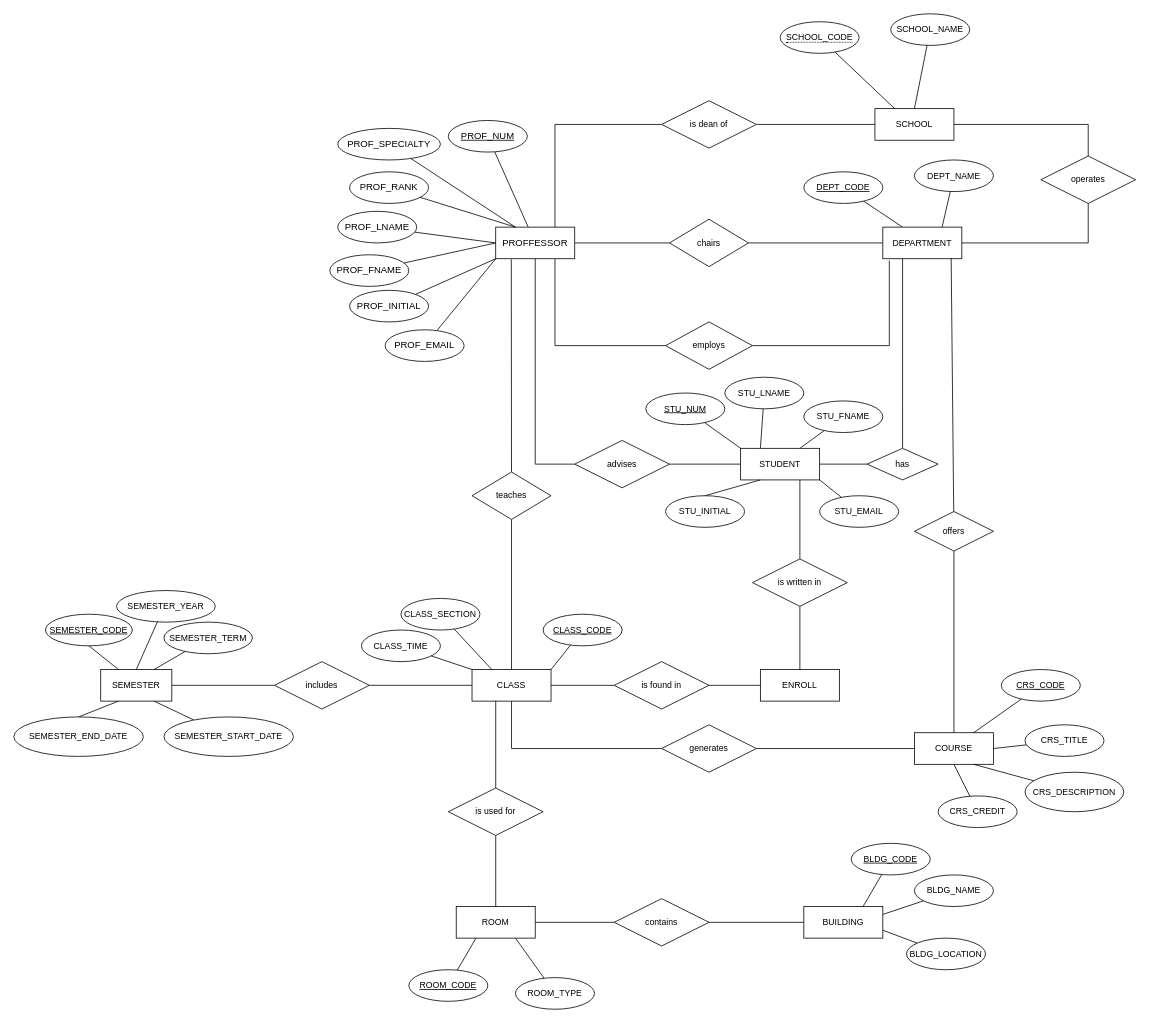
Before: page "Page-1" (1 of 2) of Untitled Diagram2.drawio in XdpsX/BTL, a draw.io diagram. Source tidied: cells renumbered, new cells numbered last; positions are measured from the earlier drawing's top-left corner, leaving out a move shared by most shapes. Both pictures are drawn from the tidied source at 79%, with x=0, y=0 at pixel (13, 13).
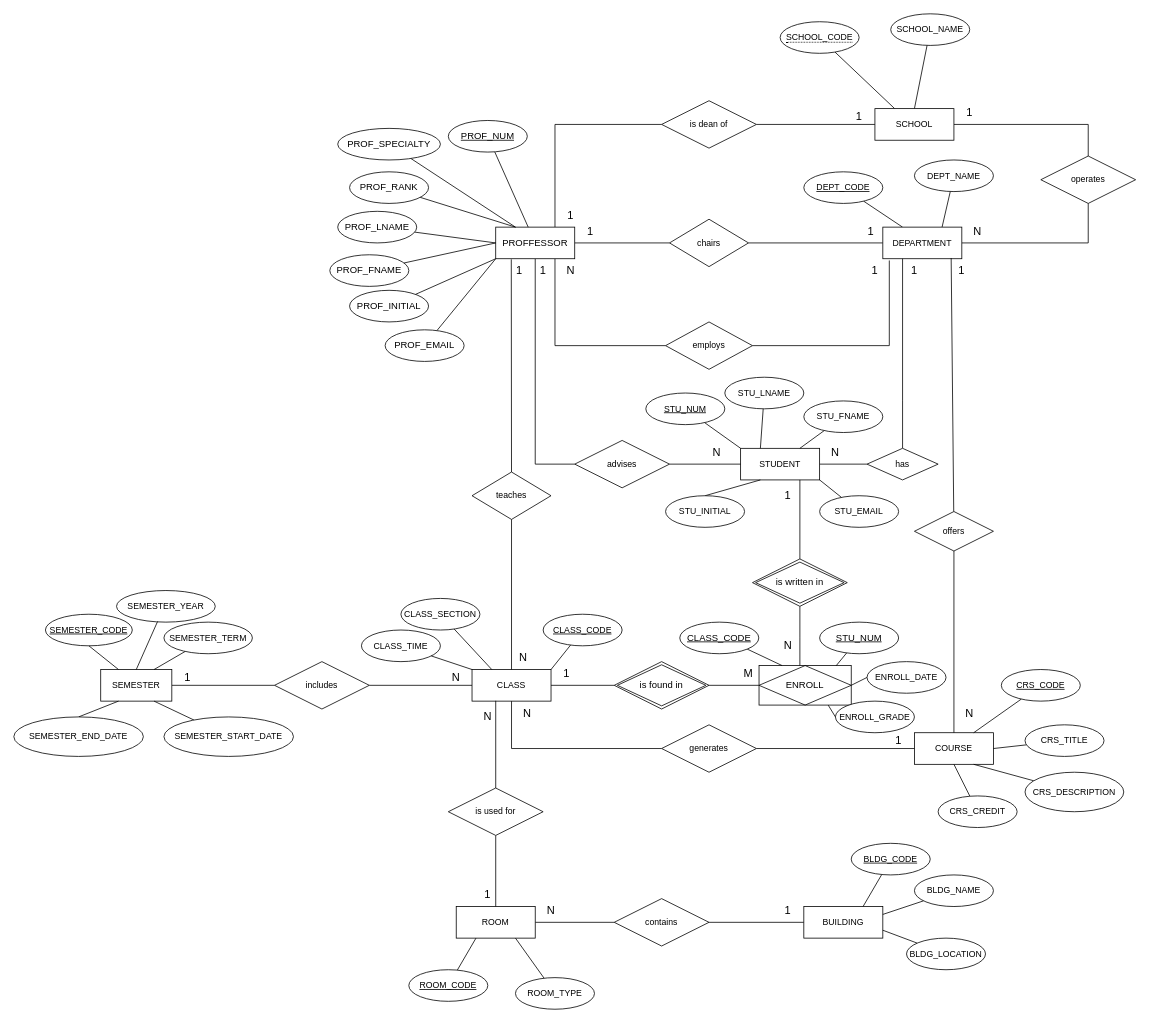
The same page after the edit.

The change refers to these unchanged cells:
```xml
<mxCell id="41" value="STUDENT" style="whiteSpace=wrap;html=1;align=center;fontFamily=Helvetica;fontSize=11;fontColor=default;" parent="1" vertex="1">
  <mxGeometry x="920" y="550" width="100" height="40" as="geometry" />
</mxCell>
```

The edit, as a diff of the source:
```diff
@@
-    <mxCell id="82" value="ENROLL" style="whiteSpace=wrap;html=1;align=center;fontFamily=Helvetica;fontSize=11;fontColor=default;" parent="1" vertex="1">
-      <mxGeometry x="945" y="830" width="100" height="40" as="geometry" />
-    </mxCell>
-    <mxCell id="83" style="edgeStyle=orthogonalEdgeStyle;shape=connector;rounded=0;jettySize=auto;html=1;labelBackgroundColor=default;strokeColor=default;fontFamily=Helvetica;fontSize=11;fontColor=default;endArrow=none;endFill=0;entryX=0.75;entryY=1;entryDx=0;entryDy=0;" parent="1" edge="1" source="85" target="41">
+    <mxCell id="83" style="edgeStyle=orthogonalEdgeStyle;shape=connector;rounded=0;jettySize=auto;html=1;labelBackgroundColor=default;strokeColor=default;fontFamily=Helvetica;fontSize=11;fontColor=default;endArrow=none;endFill=0;entryX=0.75;entryY=1;entryDx=0;entryDy=0;exitX=0.5;exitY=0;exitDx=0;exitDy=0;" parent="1" edge="1" source="85" target="41">
       <mxGeometry relative="1" as="geometry" />
     </mxCell>
-    <mxCell id="84" style="edgeStyle=orthogonalEdgeStyle;shape=connector;rounded=0;jettySize=auto;html=1;entryX=0.5;entryY=0;entryDx=0;entryDy=0;labelBackgroundColor=default;strokeColor=default;fontFamily=Helvetica;fontSize=11;fontColor=default;endArrow=none;endFill=0;" parent="1" edge="1" source="85" target="82">
-      <mxGeometry relative="1" as="geometry" />
+    <mxCell id="84" style="edgeStyle=orthogonalEdgeStyle;shape=connector;rounded=0;jettySize=auto;html=1;labelBackgroundColor=default;strokeColor=default;fontFamily=Helvetica;fontSize=11;fontColor=default;endArrow=none;endFill=0;exitX=0.5;exitY=1;exitDx=0;exitDy=0;" parent="1" edge="1" source="85">
+      <mxGeometry relative="1" as="geometry">
+        <mxPoint x="995" y="830" as="targetPoint" />
+      </mxGeometry>
     </mxCell>
-    <mxCell id="85" value="is written in" style="shape=rhombus;perimeter=rhombusPerimeter;whiteSpace=wrap;html=1;align=center;fontFamily=Helvetica;fontSize=11;fontColor=default;" parent="1" vertex="1">
-      <mxGeometry x="935" y="690" width="120" height="60" as="geometry" />
-    </mxCell>
-    <mxCell id="86" style="edgeStyle=orthogonalEdgeStyle;shape=connector;rounded=0;jettySize=auto;html=1;entryX=0;entryY=0.5;entryDx=0;entryDy=0;labelBackgroundColor=default;strokeColor=default;fontFamily=Helvetica;fontSize=11;fontColor=default;endArrow=none;endFill=0;" parent="1" edge="1" source="87" target="82">
+    <mxCell id="86" style="edgeStyle=orthogonalEdgeStyle;shape=connector;rounded=0;jettySize=auto;html=1;entryX=0;entryY=0.5;entryDx=0;entryDy=0;labelBackgroundColor=default;strokeColor=default;fontFamily=Helvetica;fontSize=11;fontColor=default;endArrow=none;endFill=0;exitX=1;exitY=0.5;exitDx=0;exitDy=0;" parent="1" edge="1" source="87" target="82">
       <mxGeometry relative="1" as="geometry" />
     </mxCell>
-    <mxCell id="87" value="is found in" style="shape=rhombus;perimeter=rhombusPerimeter;whiteSpace=wrap;html=1;align=center;fontFamily=Helvetica;fontSize=11;fontColor=default;" parent="1" vertex="1">
-      <mxGeometry x="760" y="820" width="120" height="60" as="geometry" />
-    </mxCell>
@@
+    <mxCell id="121" style="edgeStyle=none;shape=connector;rounded=0;jettySize=auto;html=1;exitX=0.75;exitY=1;exitDx=0;exitDy=0;entryX=0;entryY=0.5;entryDx=0;entryDy=0;labelBackgroundColor=default;strokeColor=default;fontFamily=Helvetica;fontSize=11;fontColor=default;endArrow=none;endFill=0;" parent="1" edge="1" source="82" target="128">
+      <mxGeometry relative="1" as="geometry" />
+    </mxCell>
+    <mxCell id="82" value="ENROLL" style="shape=associativeEntity;whiteSpace=wrap;html=1;align=center;" parent="1" vertex="1">
+      <mxGeometry x="943.3" y="825" width="116.7" height="50" as="geometry" />
+    </mxCell>
+    <mxCell id="87" value="is found in" style="shape=rhombus;double=1;perimeter=rhombusPerimeter;whiteSpace=wrap;html=1;align=center;" parent="1" vertex="1">
+      <mxGeometry x="760" y="820" width="120" height="60" as="geometry" />
+    </mxCell>
+    <mxCell id="85" value="is written in" style="shape=rhombus;double=1;perimeter=rhombusPerimeter;whiteSpace=wrap;html=1;align=center;" parent="1" vertex="1">
+      <mxGeometry x="935" y="690" width="120" height="60" as="geometry" />
+    </mxCell>
+    <mxCell id="122" style="rounded=0;jettySize=auto;html=1;exitX=1;exitY=1;exitDx=0;exitDy=0;entryX=0.25;entryY=0;entryDx=0;entryDy=0;endArrow=none;endFill=0;" parent="1" edge="1" source="123" target="82">
+      <mxGeometry relative="1" as="geometry" />
+    </mxCell>
+    <mxCell id="123" value="CLASS_CODE" style="ellipse;whiteSpace=wrap;html=1;align=center;fontStyle=4;" parent="1" vertex="1">
+      <mxGeometry x="843" y="770" width="100" height="40" as="geometry" />
+    </mxCell>
+    <mxCell id="124" style="rounded=0;jettySize=auto;html=1;entryX=0.836;entryY=0.005;entryDx=0;entryDy=0;entryPerimeter=0;endArrow=none;endFill=0;" parent="1" edge="1" source="125" target="82">
+      <mxGeometry relative="1" as="geometry" />
+    </mxCell>
+    <mxCell id="125" value="STU_NUM" style="ellipse;whiteSpace=wrap;html=1;align=center;fontStyle=4;" parent="1" vertex="1">
+      <mxGeometry x="1020" y="770" width="100" height="40" as="geometry" />
+    </mxCell>
+    <mxCell id="126" style="edgeStyle=none;shape=connector;rounded=0;jettySize=auto;html=1;exitX=0;exitY=0.5;exitDx=0;exitDy=0;entryX=1;entryY=0.5;entryDx=0;entryDy=0;labelBackgroundColor=default;strokeColor=default;fontFamily=Helvetica;fontSize=11;fontColor=default;endArrow=none;endFill=0;" parent="1" edge="1" source="127" target="82">
+      <mxGeometry relative="1" as="geometry" />
+    </mxCell>
+    <mxCell id="127" value="ENROLL_DATE" style="ellipse;whiteSpace=wrap;html=1;align=center;fontFamily=Helvetica;fontSize=11;fontColor=default;" parent="1" vertex="1">
+      <mxGeometry x="1080" y="820" width="100" height="40" as="geometry" />
+    </mxCell>
+    <mxCell id="128" value="ENROLL_GRADE" style="ellipse;whiteSpace=wrap;html=1;align=center;fontFamily=Helvetica;fontSize=11;fontColor=default;" parent="1" vertex="1">
+      <mxGeometry x="1040" y="870" width="100" height="40" as="geometry" />
+    </mxCell>
+    <mxCell id="129" value="&lt;font style=&quot;font-size: 14px;&quot;&gt;1&lt;/font&gt;" style="text;html=1;strokeColor=none;fillColor=none;align=center;verticalAlign=middle;whiteSpace=wrap;rounded=0;fontSize=11;fontFamily=Helvetica;fontColor=default;" parent="1" vertex="1">
+      <mxGeometry x="690" y="240" width="30" height="30" as="geometry" />
+    </mxCell>
+    <mxCell id="130" value="&lt;font style=&quot;font-size: 14px;&quot;&gt;1&lt;/font&gt;" style="text;html=1;strokeColor=none;fillColor=none;align=center;verticalAlign=middle;whiteSpace=wrap;rounded=0;fontSize=11;fontFamily=Helvetica;fontColor=default;" parent="1" vertex="1">
+      <mxGeometry x="1040" y="115" width="60" height="30" as="geometry" />
+    </mxCell>
+    <mxCell id="131" value="&lt;font style=&quot;font-size: 14px;&quot;&gt;1&lt;/font&gt;" style="text;html=1;strokeColor=none;fillColor=none;align=center;verticalAlign=middle;whiteSpace=wrap;rounded=0;fontSize=11;fontFamily=Helvetica;fontColor=default;" parent="1" vertex="1">
+      <mxGeometry x="1180" y="110" width="60" height="30" as="geometry" />
+    </mxCell>
+    <mxCell id="132" value="&lt;font style=&quot;font-size: 14px;&quot;&gt;N&lt;/font&gt;" style="text;html=1;strokeColor=none;fillColor=none;align=center;verticalAlign=middle;whiteSpace=wrap;rounded=0;fontSize=11;fontFamily=Helvetica;fontColor=default;" parent="1" vertex="1">
+      <mxGeometry x="1190" y="260" width="60" height="30" as="geometry" />
+    </mxCell>
+    <mxCell id="133" value="&lt;font style=&quot;font-size: 14px;&quot;&gt;1&lt;/font&gt;" style="text;html=1;strokeColor=none;fillColor=none;align=center;verticalAlign=middle;whiteSpace=wrap;rounded=0;fontSize=11;fontFamily=Helvetica;fontColor=default;" parent="1" vertex="1">
+      <mxGeometry x="700" y="260" width="60" height="30" as="geometry" />
+    </mxCell>
+    <mxCell id="134" value="&lt;font style=&quot;font-size: 14px;&quot;&gt;1&lt;/font&gt;" style="text;html=1;strokeColor=none;fillColor=none;align=center;verticalAlign=middle;whiteSpace=wrap;rounded=0;fontSize=11;fontFamily=Helvetica;fontColor=default;" parent="1" vertex="1">
+      <mxGeometry x="1055" y="260" width="60" height="30" as="geometry" />
+    </mxCell>
+    <mxCell id="135" value="&lt;font style=&quot;font-size: 14px;&quot;&gt;N&lt;/font&gt;" style="text;html=1;strokeColor=none;fillColor=none;align=center;verticalAlign=middle;whiteSpace=wrap;rounded=0;fontSize=11;fontFamily=Helvetica;fontColor=default;" parent="1" vertex="1">
+      <mxGeometry x="675" y="310" width="60" height="30" as="geometry" />
+    </mxCell>
+    <mxCell id="136" value="&lt;font style=&quot;font-size: 14px;&quot;&gt;1&lt;/font&gt;" style="text;html=1;strokeColor=none;fillColor=none;align=center;verticalAlign=middle;whiteSpace=wrap;rounded=0;fontSize=11;fontFamily=Helvetica;fontColor=default;" parent="1" vertex="1">
+      <mxGeometry x="1060" y="310" width="60" height="30" as="geometry" />
+    </mxCell>
+    <mxCell id="137" value="&lt;font style=&quot;font-size: 14px;&quot;&gt;1&lt;/font&gt;" style="text;html=1;strokeColor=none;fillColor=none;align=center;verticalAlign=middle;whiteSpace=wrap;rounded=0;fontSize=11;fontFamily=Helvetica;fontColor=default;" parent="1" vertex="1">
+      <mxGeometry x="640" y="310" width="60" height="30" as="geometry" />
+    </mxCell>
+    <mxCell id="138" value="&lt;font style=&quot;font-size: 14px;&quot;&gt;N&lt;/font&gt;" style="text;html=1;strokeColor=none;fillColor=none;align=center;verticalAlign=middle;whiteSpace=wrap;rounded=0;fontSize=11;fontFamily=Helvetica;fontColor=default;" parent="1" vertex="1">
+      <mxGeometry x="860" y="540" width="60" height="30" as="geometry" />
+    </mxCell>
+    <mxCell id="139" value="&lt;font style=&quot;font-size: 14px;&quot;&gt;1&lt;/font&gt;" style="text;html=1;strokeColor=none;fillColor=none;align=center;verticalAlign=middle;whiteSpace=wrap;rounded=0;fontSize=11;fontFamily=Helvetica;fontColor=default;" parent="1" vertex="1">
+      <mxGeometry x="1110" y="310" width="60" height="30" as="geometry" />
+    </mxCell>
+    <mxCell id="140" value="&lt;font style=&quot;font-size: 14px;&quot;&gt;N&lt;/font&gt;" style="text;html=1;strokeColor=none;fillColor=none;align=center;verticalAlign=middle;whiteSpace=wrap;rounded=0;fontSize=11;fontFamily=Helvetica;fontColor=default;" parent="1" vertex="1">
+      <mxGeometry x="1010" y="540" width="60" height="30" as="geometry" />
+    </mxCell>
+    <mxCell id="141" value="&lt;font style=&quot;font-size: 14px;&quot;&gt;1&lt;/font&gt;" style="text;html=1;strokeColor=none;fillColor=none;align=center;verticalAlign=middle;whiteSpace=wrap;rounded=0;fontSize=11;fontFamily=Helvetica;fontColor=default;" parent="1" vertex="1">
+      <mxGeometry x="610" y="310" width="60" height="30" as="geometry" />
+    </mxCell>
+    <mxCell id="142" value="&lt;font style=&quot;font-size: 14px;&quot;&gt;N&lt;/font&gt;" style="text;html=1;strokeColor=none;fillColor=none;align=center;verticalAlign=middle;whiteSpace=wrap;rounded=0;fontSize=11;fontFamily=Helvetica;fontColor=default;" parent="1" vertex="1">
+      <mxGeometry x="615" y="800" width="60" height="30" as="geometry" />
+    </mxCell>
+    <mxCell id="143" value="&lt;font style=&quot;font-size: 14px;&quot;&gt;1&lt;/font&gt;" style="text;html=1;strokeColor=none;fillColor=none;align=center;verticalAlign=middle;whiteSpace=wrap;rounded=0;fontSize=11;fontFamily=Helvetica;fontColor=default;" parent="1" vertex="1">
+      <mxGeometry x="190" y="825" width="60" height="30" as="geometry" />
+    </mxCell>
+    <mxCell id="144" value="&lt;font style=&quot;font-size: 14px;&quot;&gt;N&lt;/font&gt;" style="text;html=1;strokeColor=none;fillColor=none;align=center;verticalAlign=middle;whiteSpace=wrap;rounded=0;fontSize=11;fontFamily=Helvetica;fontColor=default;" parent="1" vertex="1">
+      <mxGeometry x="530" y="825" width="60" height="30" as="geometry" />
+    </mxCell>
+    <mxCell id="145" value="&lt;font style=&quot;font-size: 14px;&quot;&gt;1&lt;/font&gt;" style="text;html=1;strokeColor=none;fillColor=none;align=center;verticalAlign=middle;whiteSpace=wrap;rounded=0;fontSize=11;fontFamily=Helvetica;fontColor=default;" parent="1" vertex="1">
+      <mxGeometry x="570" y="1100" width="60" height="30" as="geometry" />
+    </mxCell>
+    <mxCell id="146" value="&lt;font style=&quot;font-size: 14px;&quot;&gt;N&lt;/font&gt;" style="text;html=1;strokeColor=none;fillColor=none;align=center;verticalAlign=middle;whiteSpace=wrap;rounded=0;fontSize=11;fontFamily=Helvetica;fontColor=default;" parent="1" vertex="1">
+      <mxGeometry x="570" y="875" width="60" height="30" as="geometry" />
+    </mxCell>
+    <mxCell id="147" value="&lt;font style=&quot;font-size: 14px;&quot;&gt;1&lt;/font&gt;" style="text;html=1;strokeColor=none;fillColor=none;align=center;verticalAlign=middle;whiteSpace=wrap;rounded=0;fontSize=11;fontFamily=Helvetica;fontColor=default;" parent="1" vertex="1">
+      <mxGeometry x="950" y="1120" width="60" height="30" as="geometry" />
+    </mxCell>
+    <mxCell id="148" value="&lt;font style=&quot;font-size: 14px;&quot;&gt;N&lt;/font&gt;" style="text;html=1;strokeColor=none;fillColor=none;align=center;verticalAlign=middle;whiteSpace=wrap;rounded=0;fontSize=11;fontFamily=Helvetica;fontColor=default;" parent="1" vertex="1">
+      <mxGeometry x="650" y="1120" width="60" height="30" as="geometry" />
+    </mxCell>
+    <mxCell id="149" value="&lt;font style=&quot;font-size: 14px;&quot;&gt;1&lt;/font&gt;" style="text;html=1;strokeColor=none;fillColor=none;align=center;verticalAlign=middle;whiteSpace=wrap;rounded=0;fontSize=11;fontFamily=Helvetica;fontColor=default;" parent="1" vertex="1">
+      <mxGeometry x="1090" y="905" width="60" height="30" as="geometry" />
+    </mxCell>
+    <mxCell id="150" value="&lt;font style=&quot;font-size: 14px;&quot;&gt;N&lt;/font&gt;" style="text;html=1;strokeColor=none;fillColor=none;align=center;verticalAlign=middle;whiteSpace=wrap;rounded=0;fontSize=11;fontFamily=Helvetica;fontColor=default;" parent="1" vertex="1">
+      <mxGeometry x="620" y="870" width="60" height="30" as="geometry" />
+    </mxCell>
+    <mxCell id="151" value="&lt;font style=&quot;font-size: 14px;&quot;&gt;1&lt;/font&gt;" style="text;html=1;strokeColor=none;fillColor=none;align=center;verticalAlign=middle;whiteSpace=wrap;rounded=0;fontSize=11;fontFamily=Helvetica;fontColor=default;" parent="1" vertex="1">
+      <mxGeometry x="670" y="820" width="60" height="30" as="geometry" />
+    </mxCell>
+    <mxCell id="152" value="&lt;font style=&quot;font-size: 14px;&quot;&gt;M&lt;/font&gt;" style="text;html=1;strokeColor=none;fillColor=none;align=center;verticalAlign=middle;whiteSpace=wrap;rounded=0;fontSize=11;fontFamily=Helvetica;fontColor=default;" parent="1" vertex="1">
+      <mxGeometry x="900" y="820" width="60" height="30" as="geometry" />
+    </mxCell>
+    <mxCell id="153" value="&lt;font style=&quot;font-size: 14px;&quot;&gt;N&lt;/font&gt;" style="text;html=1;strokeColor=none;fillColor=none;align=center;verticalAlign=middle;whiteSpace=wrap;rounded=0;fontSize=11;fontFamily=Helvetica;fontColor=default;" parent="1" vertex="1">
+      <mxGeometry x="950" y="785" width="60" height="30" as="geometry" />
+    </mxCell>
+    <mxCell id="154" value="&lt;font style=&quot;font-size: 14px;&quot;&gt;1&lt;/font&gt;" style="text;html=1;strokeColor=none;fillColor=none;align=center;verticalAlign=middle;whiteSpace=wrap;rounded=0;fontSize=11;fontFamily=Helvetica;fontColor=default;" parent="1" vertex="1">
+      <mxGeometry x="950" y="595" width="60" height="30" as="geometry" />
+    </mxCell>
+    <mxCell id="155" value="&lt;font style=&quot;font-size: 14px;&quot;&gt;1&lt;/font&gt;" style="text;html=1;strokeColor=none;fillColor=none;align=center;verticalAlign=middle;whiteSpace=wrap;rounded=0;fontSize=11;fontFamily=Helvetica;fontColor=default;" parent="1" vertex="1">
+      <mxGeometry x="1170" y="310" width="60" height="30" as="geometry" />
+    </mxCell>
+    <mxCell id="156" value="&lt;font style=&quot;font-size: 14px;&quot;&gt;N&lt;/font&gt;" style="text;html=1;strokeColor=none;fillColor=none;align=center;verticalAlign=middle;whiteSpace=wrap;rounded=0;fontSize=11;fontFamily=Helvetica;fontColor=default;" parent="1" vertex="1">
+      <mxGeometry x="1180" y="870" width="60" height="30" as="geometry" />
+    </mxCell>
```
